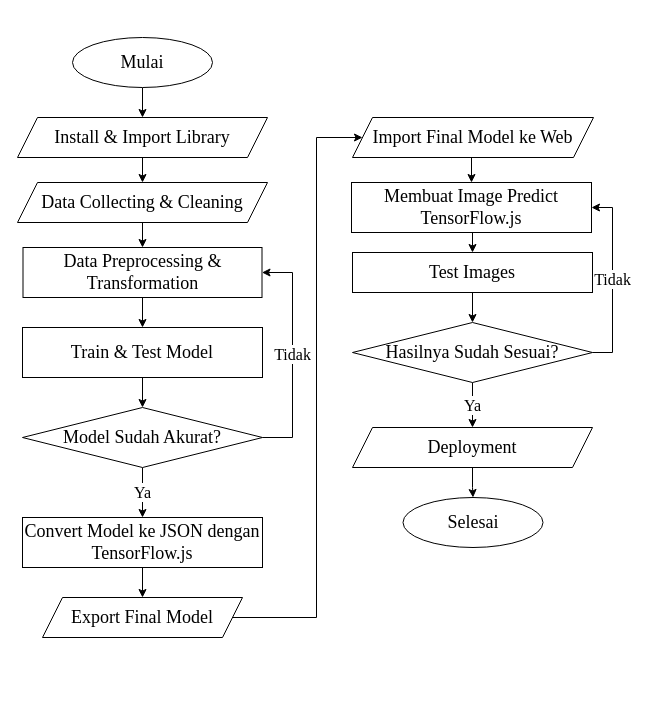
Above: CNN flowchart revisi 2 Diagram.drawio in virgiawankusuma/drawio-archive-skripsi (draw.io), before the change. Source tidied: cells renumbered, new cells numbered last; positions are measured from the earlier drawing's top-left corner, leaving out a move shared by most shapes. Both pictures are drawn from the tidied source at 100%, with x=0, y=0 at pixel (17, 37).
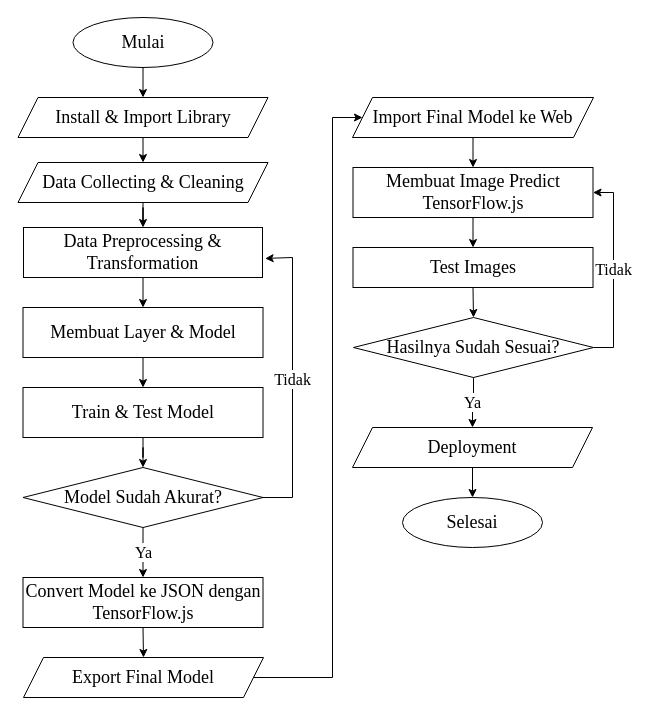
The same diagram, later.

Diff of the diagram source:
```diff
@@
     <mxCell id="3" value="Mulai" style="ellipse;whiteSpace=wrap;html=1;fontSize=18;fontFamily=Times New Roman;" parent="1" vertex="1">
-      <mxGeometry x="55" width="140" height="50" as="geometry" />
+      <mxGeometry x="55.5" y="-20" width="140" height="50" as="geometry" />
     </mxCell>
     <mxCell id="4" value="Selesai" style="ellipse;whiteSpace=wrap;html=1;fontSize=18;fontFamily=Times New Roman;" parent="1" vertex="1">
-      <mxGeometry x="385.5" y="460" width="140" height="50" as="geometry" />
+      <mxGeometry x="385" y="460" width="140" height="50" as="geometry" />
     </mxCell>
@@
     <mxCell id="6" value="Install &amp;amp; Import Library" style="shape=parallelogram;perimeter=parallelogramPerimeter;whiteSpace=wrap;html=1;fixedSize=1;fontSize=18;fontFamily=Times New Roman;" parent="1" vertex="1">
-      <mxGeometry y="80" width="250" height="40" as="geometry" />
+      <mxGeometry x="0.5" y="60" width="250" height="40" as="geometry" />
     </mxCell>
@@
     <mxCell id="8" value="Data Collecting &amp;amp; Cleaning" style="shape=parallelogram;perimeter=parallelogramPerimeter;whiteSpace=wrap;html=1;fixedSize=1;fontSize=18;fontFamily=Times New Roman;" parent="1" vertex="1">
-      <mxGeometry y="145" width="250" height="40" as="geometry" />
+      <mxGeometry x="0.5" y="125" width="250" height="40" as="geometry" />
     </mxCell>
-    <mxCell id="9" style="edgeStyle=orthogonalEdgeStyle;rounded=0;jettySize=auto;html=1;exitX=0.5;exitY=1;exitDx=0;exitDy=0;" parent="1" edge="1" source="10" target="12">
-      <mxGeometry relative="1" as="geometry" />
-    </mxCell>
+    <mxCell id="31" style="edgeStyle=orthogonalEdgeStyle;rounded=0;jettySize=auto;html=1;exitX=0.5;exitY=1;exitDx=0;exitDy=0;entryX=0.5;entryY=0;entryDx=0;entryDy=0;" parent="1" edge="1" source="10" target="33">
+      <mxGeometry relative="1" as="geometry" />
+    </mxCell>
     <mxCell id="10" value="Data Preprocessing &amp;amp; Transformation" style="rounded=0;whiteSpace=wrap;html=1;fontSize=18;fontFamily=Times New Roman;" parent="1" vertex="1">
-      <mxGeometry x="5.5" y="210" width="239" height="50" as="geometry" />
+      <mxGeometry x="6" y="190" width="239" height="50" as="geometry" />
     </mxCell>
@@
     <mxCell id="12" value="Train &amp;amp; Test Model" style="rounded=0;whiteSpace=wrap;html=1;fontSize=18;fontFamily=Times New Roman;" parent="1" vertex="1">
-      <mxGeometry x="5" y="290" width="240" height="50" as="geometry" />
+      <mxGeometry x="5.5" y="350" width="240" height="50" as="geometry" />
     </mxCell>
@@
     <mxCell id="14" value="Convert Model ke JSON dengan TensorFlow.js" style="rounded=0;whiteSpace=wrap;html=1;fontSize=18;fontFamily=Times New Roman;" parent="1" vertex="1">
-      <mxGeometry x="5" y="480" width="240" height="50" as="geometry" />
+      <mxGeometry x="5.5" y="540" width="240" height="50" as="geometry" />
     </mxCell>
     <mxCell id="15" style="edgeStyle=orthogonalEdgeStyle;rounded=0;jettySize=auto;html=1;exitX=1;exitY=0.5;exitDx=0;exitDy=0;entryX=0;entryY=0.5;entryDx=0;entryDy=0;" parent="1" edge="1" source="16" target="21">
       <mxGeometry relative="1" as="geometry">
         <Array as="points">
-          <mxPoint x="299" y="580" />
-          <mxPoint x="299" y="100" />
+          <mxPoint x="315" y="640" />
+          <mxPoint x="315" y="80" />
         </Array>
       </mxGeometry>
     </mxCell>
     <mxCell id="16" value="Export Final Model" style="shape=parallelogram;perimeter=parallelogramPerimeter;whiteSpace=wrap;html=1;fixedSize=1;fontSize=18;fontFamily=Times New Roman;" parent="1" vertex="1">
-      <mxGeometry x="25" y="560" width="200" height="40" as="geometry" />
+      <mxGeometry x="6" y="620" width="240" height="40" as="geometry" />
     </mxCell>
-    <mxCell id="17" value="Tidak" style="edgeStyle=orthogonalEdgeStyle;rounded=0;jettySize=auto;html=1;exitX=1;exitY=0.5;exitDx=0;exitDy=0;entryX=1;entryY=0.5;entryDx=0;entryDy=0;fontSize=16;fontFamily=Times New Roman;" parent="1" edge="1" source="19" target="10">
+    <mxCell id="17" value="Tidak" style="edgeStyle=orthogonalEdgeStyle;rounded=0;jettySize=auto;html=1;exitX=1;exitY=0.5;exitDx=0;exitDy=0;fontSize=16;fontFamily=Times New Roman;entryX=1.011;entryY=0.619;entryDx=0;entryDy=0;entryPerimeter=0;" parent="1" edge="1" source="19" target="10">
       <mxGeometry relative="1" as="geometry">
         <Array as="points">
-          <mxPoint x="275" y="400" />
-          <mxPoint x="275" y="235" />
+          <mxPoint x="275" y="460" />
+          <mxPoint x="275" y="220" />
+          <mxPoint x="248" y="220" />
         </Array>
       </mxGeometry>
     </mxCell>
@@
     <mxCell id="19" value="Model Sudah Akurat?" style="rhombus;whiteSpace=wrap;html=1;fontSize=18;fontFamily=Times New Roman;" parent="1" vertex="1">
-      <mxGeometry x="5" y="370" width="240" height="60" as="geometry" />
+      <mxGeometry x="5.5" y="430" width="240" height="60" as="geometry" />
     </mxCell>
@@
     <mxCell id="21" value="Import Final Model ke Web" style="shape=parallelogram;perimeter=parallelogramPerimeter;whiteSpace=wrap;html=1;fixedSize=1;fontSize=18;fontFamily=Times New Roman;" parent="1" vertex="1">
-      <mxGeometry x="335" y="80" width="241" height="40" as="geometry" />
+      <mxGeometry x="335" y="60" width="241" height="40" as="geometry" />
     </mxCell>
@@
     <mxCell id="23" value="Membuat Image Predict TensorFlow.js" style="rounded=0;whiteSpace=wrap;html=1;fontSize=18;fontFamily=Times New Roman;" parent="1" vertex="1">
-      <mxGeometry x="334" y="145" width="240" height="50" as="geometry" />
+      <mxGeometry x="335.5" y="130" width="240" height="50" as="geometry" />
     </mxCell>
@@
     <mxCell id="27" value="Test Images" style="rounded=0;whiteSpace=wrap;html=1;fontSize=18;fontFamily=Times New Roman;" parent="1" vertex="1">
-      <mxGeometry x="335" y="215" width="240" height="40" as="geometry" />
+      <mxGeometry x="335.5" y="210" width="240" height="40" as="geometry" />
     </mxCell>
@@
     <mxCell id="30" value="Hasilnya Sudah Sesuai?" style="rhombus;whiteSpace=wrap;html=1;fontSize=18;fontFamily=Times New Roman;" parent="1" vertex="1">
-      <mxGeometry x="335" y="285" width="240" height="60" as="geometry" />
+      <mxGeometry x="336" y="280" width="240" height="60" as="geometry" />
     </mxCell>
+    <mxCell id="32" style="edgeStyle=orthogonalEdgeStyle;rounded=0;jettySize=auto;html=1;exitX=0.5;exitY=1;exitDx=0;exitDy=0;entryX=0.5;entryY=0;entryDx=0;entryDy=0;" parent="1" edge="1" source="33" target="12">
+      <mxGeometry relative="1" as="geometry" />
+    </mxCell>
+    <mxCell id="33" value="Membuat Layer &amp;amp; Model" style="rounded=0;whiteSpace=wrap;html=1;fontSize=18;fontFamily=Times New Roman;" parent="1" vertex="1">
+      <mxGeometry x="5.5" y="270" width="240" height="50" as="geometry" />
+    </mxCell>
```
